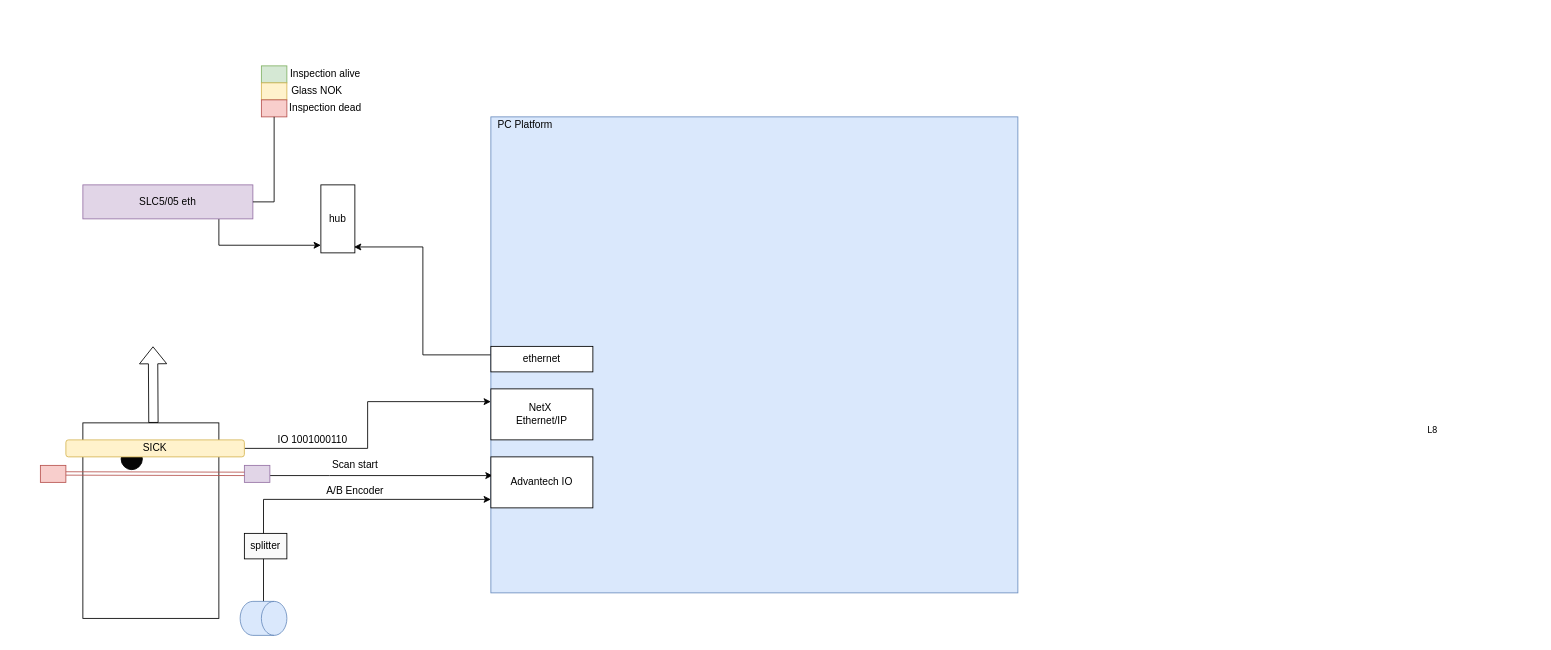
This is page "schema" (1 of 3) of Inspection Platform Dataflow.drawio from megavad/Diagrams, a draw.io file, before an edit. Source tidied: cells renumbered, new cells numbered last; positions are measured from the earlier drawing's top-left corner, leaving out a move shared by most shapes. Both pictures are drawn from the tidied source at 85%, with x=0, y=0 at pixel (40, 65).
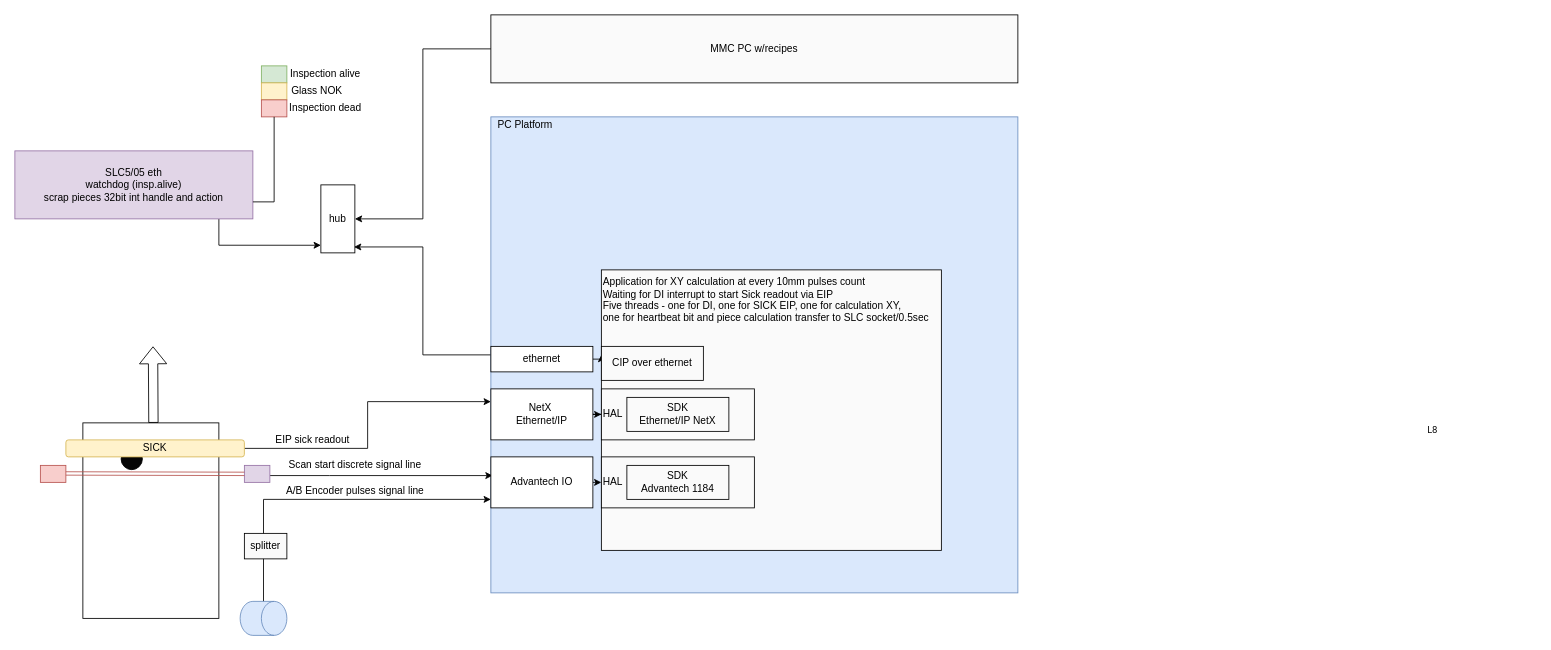
The same page after the edit.

The change refers to these unchanged cells:
```xml
<mxCell id="9" value="hub" style="rounded=0;whiteSpace=wrap;html=1;" parent="1" vertex="1">
  <mxGeometry x="330" y="140" width="40" height="80" as="geometry" />
</mxCell>
<mxCell id="12" value="ethernet" style="rounded=0;whiteSpace=wrap;html=1;" parent="1" vertex="1">
  <mxGeometry x="530" y="330" width="120" height="30" as="geometry" />
</mxCell>
<mxCell id="13" value="NetX&amp;nbsp;&lt;br&gt;Ethernet/IP" style="rounded=0;whiteSpace=wrap;html=1;" parent="1" vertex="1">
  <mxGeometry x="530" y="380" width="120" height="60" as="geometry" />
</mxCell>
<mxCell id="21" value="Advantech IO" style="rounded=0;whiteSpace=wrap;html=1;" parent="1" vertex="1">
  <mxGeometry x="530" y="460" width="120" height="60" as="geometry" />
</mxCell>
```

Change to the diagram source:
```diff
@@
-    <mxCell id="4" value="SLC5/05 eth" style="rounded=0;whiteSpace=wrap;html=1;fillColor=#e1d5e7;strokeColor=#9673a6;" parent="1" vertex="1">
-      <mxGeometry x="50" y="140" width="200" height="40" as="geometry" />
+    <mxCell id="4" value="SLC5/05 eth&lt;br&gt;watchdog (insp.alive)&lt;br&gt;scrap pieces 32bit int handle and action&lt;br&gt;" style="rounded=0;whiteSpace=wrap;html=1;fillColor=#e1d5e7;strokeColor=#9673a6;" parent="1" vertex="1">
+      <mxGeometry x="-30" y="100" width="280" height="80" as="geometry" />
     </mxCell>
@@
+    <mxCell id="34" style="edgeStyle=orthogonalEdgeStyle;rounded=0;jettySize=auto;html=1;exitX=1;exitY=0.5;exitDx=0;exitDy=0;entryX=0;entryY=0.25;entryDx=0;entryDy=0;" parent="1" edge="1" source="12" target="42">
+      <mxGeometry relative="1" as="geometry" />
+    </mxCell>
@@
+    <mxCell id="35" style="edgeStyle=orthogonalEdgeStyle;rounded=0;jettySize=auto;html=1;exitX=1;exitY=0.5;exitDx=0;exitDy=0;" parent="1" edge="1" source="13" target="38">
+      <mxGeometry relative="1" as="geometry" />
+    </mxCell>
@@
+    <mxCell id="36" style="edgeStyle=orthogonalEdgeStyle;rounded=0;jettySize=auto;html=1;exitX=1;exitY=0.5;exitDx=0;exitDy=0;entryX=0;entryY=0.5;entryDx=0;entryDy=0;" parent="1" edge="1" source="21" target="40">
+      <mxGeometry relative="1" as="geometry" />
+    </mxCell>
@@
-    <mxCell id="24" value="Scan start" style="text;html=1;align=center;verticalAlign=middle;strokeColor=none;fillColor=none;" parent="1" vertex="1">
-      <mxGeometry x="335" y="460" width="70" height="20" as="geometry" />
+    <mxCell id="24" value="Scan start discrete signal line" style="text;html=1;align=center;verticalAlign=middle;strokeColor=none;fillColor=none;" parent="1" vertex="1">
+      <mxGeometry x="285" y="460" width="170" height="20" as="geometry" />
     </mxCell>
-    <mxCell id="25" value="IO 1001000110" style="text;html=1;align=center;verticalAlign=middle;strokeColor=none;fillColor=none;" parent="1" vertex="1">
+    <mxCell id="25" value="EIP sick readout" style="text;html=1;align=center;verticalAlign=middle;strokeColor=none;fillColor=none;" parent="1" vertex="1">
       <mxGeometry x="270" y="430" width="100" height="20" as="geometry" />
     </mxCell>
@@
-    <mxCell id="28" value="A/B Encoder" style="text;html=1;align=center;verticalAlign=middle;strokeColor=none;fillColor=none;" parent="1" vertex="1">
-      <mxGeometry x="330" y="490" width="80" height="20" as="geometry" />
+    <mxCell id="28" value="A/B Encoder pulses signal line" style="text;html=1;align=center;verticalAlign=middle;strokeColor=none;fillColor=none;" parent="1" vertex="1">
+      <mxGeometry x="280" y="490" width="180" height="20" as="geometry" />
     </mxCell>
@@
+    <mxCell id="37" value="Application for XY calculation at every 10mm pulses count&lt;br&gt;Waiting for DI interrupt to start Sick readout via EIP&amp;nbsp;&lt;br&gt;Five threads - one for DI, one for SICK EIP, one for calculation XY,&lt;br&gt;one for heartbeat bit and piece calculation transfer to SLC socket/0.5sec&lt;br&gt;&lt;br&gt;&lt;br&gt;&lt;br&gt;&lt;br&gt;&lt;br&gt;&lt;br&gt;&lt;br&gt;&lt;br&gt;&lt;br&gt;&lt;br&gt;&lt;br&gt;&lt;br&gt;&lt;br&gt;&lt;br&gt;&lt;br&gt;&lt;br&gt;&lt;br&gt;&lt;br&gt;" style="rounded=0;whiteSpace=wrap;html=1;fillColor=#FAFAFA;align=left;" parent="1" vertex="1">
+      <mxGeometry x="660" y="240" width="400" height="330" as="geometry" />
+    </mxCell>
@@
+    <mxCell id="38" value="HAL" style="rounded=0;whiteSpace=wrap;html=1;fillColor=#FAFAFA;align=left;" parent="1" vertex="1">
+      <mxGeometry x="660" y="380" width="180" height="60" as="geometry" />
+    </mxCell>
+    <mxCell id="39" value="SDK &lt;br&gt;Ethernet/IP NetX" style="rounded=0;whiteSpace=wrap;html=1;fillColor=#FAFAFA;" parent="1" vertex="1">
+      <mxGeometry x="690" y="390" width="120" height="40" as="geometry" />
+    </mxCell>
+    <mxCell id="40" value="HAL" style="rounded=0;whiteSpace=wrap;html=1;fillColor=#FAFAFA;align=left;" parent="1" vertex="1">
+      <mxGeometry x="660" y="460" width="180" height="60" as="geometry" />
+    </mxCell>
+    <mxCell id="41" value="SDK &lt;br&gt;Advantech 1184" style="rounded=0;whiteSpace=wrap;html=1;fillColor=#FAFAFA;" parent="1" vertex="1">
+      <mxGeometry x="690" y="470" width="120" height="40" as="geometry" />
+    </mxCell>
+    <mxCell id="42" value="CIP over ethernet" style="rounded=0;whiteSpace=wrap;html=1;fillColor=#FAFAFA;" parent="1" vertex="1">
+      <mxGeometry x="660" y="330" width="120" height="40" as="geometry" />
+    </mxCell>
+    <mxCell id="43" style="edgeStyle=orthogonalEdgeStyle;rounded=0;jettySize=auto;html=1;entryX=1;entryY=0.5;entryDx=0;entryDy=0;" parent="1" edge="1" source="44" target="9">
+      <mxGeometry relative="1" as="geometry" />
+    </mxCell>
+    <mxCell id="44" value="MMC PC w/recipes" style="rounded=0;whiteSpace=wrap;html=1;fillColor=#FAFAFA;" parent="1" vertex="1">
+      <mxGeometry x="530" y="-60" width="620" height="80" as="geometry" />
+    </mxCell>
```
